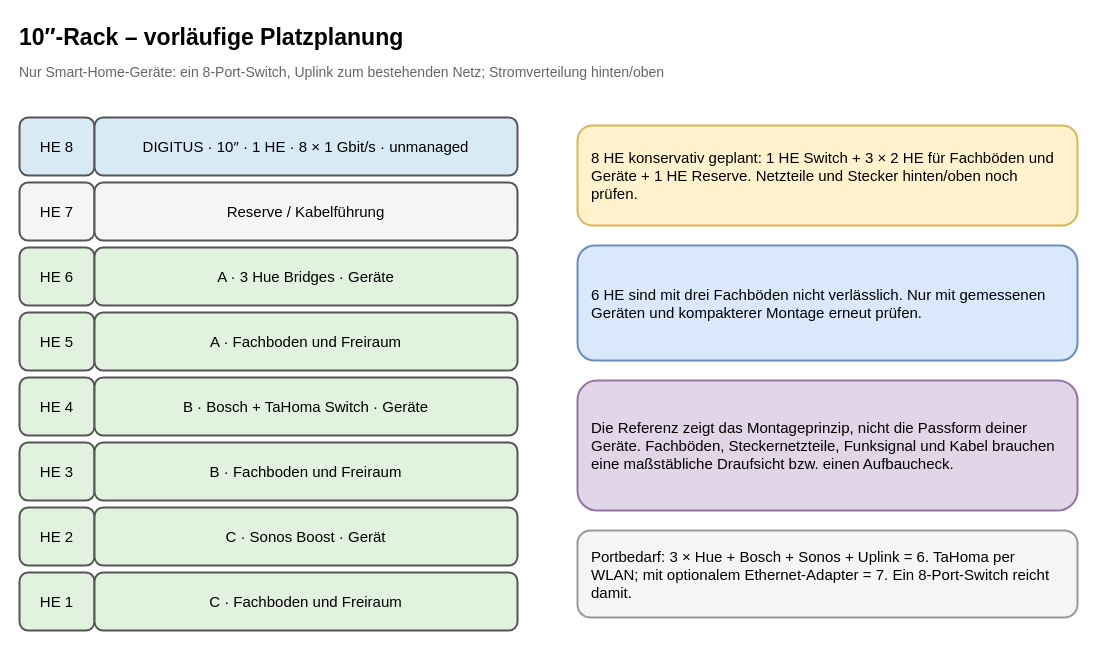
tiptronic/diagrams keeps this draw.io diagram as page "DeskPi 8 HE – Front" (1 of 4) of 10-zoll-rack-planung.drawio. Above is the earlier version. Source tidied: cells renumbered, new cells numbered last; positions are measured from the earlier drawing's top-left corner, leaving out a move shared by most shapes. Both pictures are drawn from the tidied source at 100%, with x=0, y=0 at pixel (17, 17).
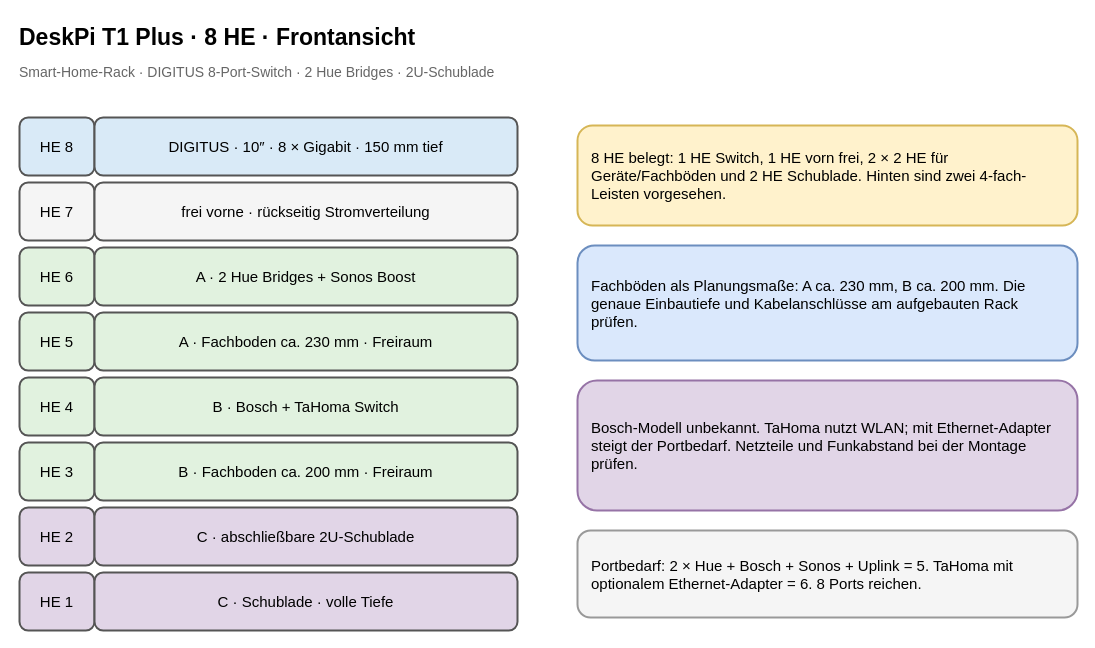
The same page after the edit.

Commit message (it also covers changes not shown here):
Update DeskPi rack plan with rear power layout

Diff of the diagram source:
```diff
@@
-    <mxCell id="2" value="10″-Rack – vorläufige Platzplanung" style="text;html=1;align=left;verticalAlign=middle;whiteSpace=wrap;rounded=0;strokeColor=none;fillColor=none;fontSize=15;fontSize=23;fontStyle=1;" parent="1" vertex="1">
+    <mxCell id="2" value="DeskPi T1 Plus · 8 HE · Frontansicht" style="text;html=1;align=left;verticalAlign=middle;whiteSpace=wrap;rounded=0;strokeColor=none;fillColor=none;fontSize=15;fontSize=23;fontStyle=1;" parent="1" vertex="1">
       <mxGeometry width="760" height="40" as="geometry" />
     </mxCell>
-    <mxCell id="3" value="Nur Smart-Home-Geräte: ein 8-Port-Switch, Uplink zum bestehenden Netz; Stromverteilung hinten/oben" style="text;html=1;align=left;verticalAlign=middle;whiteSpace=wrap;rounded=0;strokeColor=none;fillColor=none;fontSize=15;fontSize=14;fontColor=#666666;" parent="1" vertex="1">
+    <mxCell id="3" value="Smart-Home-Rack · DIGITUS 8-Port-Switch · 2 Hue Bridges · 2U-Schublade" style="text;html=1;align=left;verticalAlign=middle;whiteSpace=wrap;rounded=0;strokeColor=none;fillColor=none;fontSize=15;fontSize=14;fontColor=#666666;" parent="1" vertex="1">
       <mxGeometry y="40" width="1040" height="30" as="geometry" />
     </mxCell>
@@
-    <mxCell id="5" value="DIGITUS · 10″ · 1 HE · 8 × 1 Gbit/s · unmanaged" style="rounded=1;whiteSpace=wrap;html=1;align=center;verticalAlign=middle;strokeWidth=2;fontSize=15;fillColor=#d9eaf7;strokeColor=#555555;" parent="1" vertex="1">
+    <mxCell id="5" value="DIGITUS · 10″ · 8 × Gigabit · 150 mm tief" style="rounded=1;whiteSpace=wrap;html=1;align=center;verticalAlign=middle;strokeWidth=2;fontSize=15;fillColor=#d9eaf7;strokeColor=#555555;" parent="1" vertex="1">
       <mxGeometry x="77" y="100" width="423" height="58" as="geometry" />
     </mxCell>
@@
-    <mxCell id="7" value="Reserve / Kabelführung" style="rounded=1;whiteSpace=wrap;html=1;align=center;verticalAlign=middle;strokeWidth=2;fontSize=15;fillColor=#f5f5f5;strokeColor=#555555;" parent="1" vertex="1">
+    <mxCell id="7" value="frei vorne · rückseitig Stromverteilung" style="rounded=1;whiteSpace=wrap;html=1;align=center;verticalAlign=middle;strokeWidth=2;fontSize=15;fillColor=#f5f5f5;strokeColor=#555555;" parent="1" vertex="1">
       <mxGeometry x="77" y="165" width="423" height="58" as="geometry" />
     </mxCell>
@@
-    <mxCell id="9" value="A · 3 Hue Bridges · Geräte" style="rounded=1;whiteSpace=wrap;html=1;align=center;verticalAlign=middle;strokeWidth=2;fontSize=15;fillColor=#e1f2df;strokeColor=#555555;" parent="1" vertex="1">
+    <mxCell id="9" value="A · 2 Hue Bridges + Sonos Boost" style="rounded=1;whiteSpace=wrap;html=1;align=center;verticalAlign=middle;strokeWidth=2;fontSize=15;fillColor=#e1f2df;strokeColor=#555555;" parent="1" vertex="1">
       <mxGeometry x="77" y="230" width="423" height="58" as="geometry" />
     </mxCell>
@@
-    <mxCell id="11" value="A · Fachboden und Freiraum" style="rounded=1;whiteSpace=wrap;html=1;align=center;verticalAlign=middle;strokeWidth=2;fontSize=15;fillColor=#e1f2df;strokeColor=#555555;" parent="1" vertex="1">
+    <mxCell id="11" value="A · Fachboden ca. 230 mm · Freiraum" style="rounded=1;whiteSpace=wrap;html=1;align=center;verticalAlign=middle;strokeWidth=2;fontSize=15;fillColor=#e1f2df;strokeColor=#555555;" parent="1" vertex="1">
       <mxGeometry x="77" y="295" width="423" height="58" as="geometry" />
     </mxCell>
@@
-    <mxCell id="13" value="B · Bosch + TaHoma Switch · Geräte" style="rounded=1;whiteSpace=wrap;html=1;align=center;verticalAlign=middle;strokeWidth=2;fontSize=15;fillColor=#e1f2df;strokeColor=#555555;" parent="1" vertex="1">
+    <mxCell id="13" value="B · Bosch + TaHoma Switch" style="rounded=1;whiteSpace=wrap;html=1;align=center;verticalAlign=middle;strokeWidth=2;fontSize=15;fillColor=#e1f2df;strokeColor=#555555;" parent="1" vertex="1">
       <mxGeometry x="77" y="360" width="423" height="58" as="geometry" />
     </mxCell>
@@
-    <mxCell id="15" value="B · Fachboden und Freiraum" style="rounded=1;whiteSpace=wrap;html=1;align=center;verticalAlign=middle;strokeWidth=2;fontSize=15;fillColor=#e1f2df;strokeColor=#555555;" parent="1" vertex="1">
+    <mxCell id="15" value="B · Fachboden ca. 200 mm · Freiraum" style="rounded=1;whiteSpace=wrap;html=1;align=center;verticalAlign=middle;strokeWidth=2;fontSize=15;fillColor=#e1f2df;strokeColor=#555555;" parent="1" vertex="1">
       <mxGeometry x="77" y="425" width="423" height="58" as="geometry" />
     </mxCell>
-    <mxCell id="16" value="HE 2" style="rounded=1;whiteSpace=wrap;html=1;align=center;verticalAlign=middle;strokeWidth=2;fontSize=15;fillColor=#e1f2df;strokeColor=#555555;" parent="1" vertex="1">
+    <mxCell id="16" value="HE 2" style="rounded=1;whiteSpace=wrap;html=1;align=center;verticalAlign=middle;strokeWidth=2;fontSize=15;fillColor=#e1d5e7;strokeColor=#555555;" parent="1" vertex="1">
       <mxGeometry x="2" y="490" width="75" height="58" as="geometry" />
     </mxCell>
-    <mxCell id="17" value="C · Sonos Boost · Gerät" style="rounded=1;whiteSpace=wrap;html=1;align=center;verticalAlign=middle;strokeWidth=2;fontSize=15;fillColor=#e1f2df;strokeColor=#555555;" parent="1" vertex="1">
+    <mxCell id="17" value="C · abschließbare 2U-Schublade" style="rounded=1;whiteSpace=wrap;html=1;align=center;verticalAlign=middle;strokeWidth=2;fontSize=15;fillColor=#e1d5e7;strokeColor=#555555;" parent="1" vertex="1">
       <mxGeometry x="77" y="490" width="423" height="58" as="geometry" />
     </mxCell>
-    <mxCell id="18" value="HE 1" style="rounded=1;whiteSpace=wrap;html=1;align=center;verticalAlign=middle;strokeWidth=2;fontSize=15;fillColor=#e1f2df;strokeColor=#555555;" parent="1" vertex="1">
+    <mxCell id="18" value="HE 1" style="rounded=1;whiteSpace=wrap;html=1;align=center;verticalAlign=middle;strokeWidth=2;fontSize=15;fillColor=#e1d5e7;strokeColor=#555555;" parent="1" vertex="1">
       <mxGeometry x="2" y="555" width="75" height="58" as="geometry" />
     </mxCell>
-    <mxCell id="19" value="C · Fachboden und Freiraum" style="rounded=1;whiteSpace=wrap;html=1;align=center;verticalAlign=middle;strokeWidth=2;fontSize=15;fillColor=#e1f2df;strokeColor=#555555;" parent="1" vertex="1">
+    <mxCell id="19" value="C · Schublade · volle Tiefe" style="rounded=1;whiteSpace=wrap;html=1;align=center;verticalAlign=middle;strokeWidth=2;fontSize=15;fillColor=#e1d5e7;strokeColor=#555555;" parent="1" vertex="1">
       <mxGeometry x="77" y="555" width="423" height="58" as="geometry" />
     </mxCell>
-    <mxCell id="20" value="8 HE konservativ geplant: 1 HE Switch + 3 × 2 HE für Fachböden und Geräte + 1 HE Reserve. Netzteile und Stecker hinten/oben noch prüfen." style="rounded=1;whiteSpace=wrap;html=1;align=center;verticalAlign=middle;strokeWidth=2;fontSize=15;align=left;spacing=14;fillColor=#fff2cc;strokeColor=#d6b656;" parent="1" vertex="1">
+    <mxCell id="20" value="8 HE belegt: 1 HE Switch, 1 HE vorn frei, 2 × 2 HE für Geräte/Fachböden und 2 HE Schublade. Hinten sind zwei 4-fach-Leisten vorgesehen." style="rounded=1;whiteSpace=wrap;html=1;align=center;verticalAlign=middle;strokeWidth=2;fontSize=15;align=left;spacing=14;fillColor=#fff2cc;strokeColor=#d6b656;" parent="1" vertex="1">
       <mxGeometry x="560" y="108" width="500" height="100" as="geometry" />
     </mxCell>
-    <mxCell id="21" value="6 HE sind mit drei Fachböden nicht verlässlich. Nur mit gemessenen Geräten und kompakterer Montage erneut prüfen." style="rounded=1;whiteSpace=wrap;html=1;align=center;verticalAlign=middle;strokeWidth=2;fontSize=15;align=left;spacing=14;fillColor=#dae8fc;strokeColor=#6c8ebf;" parent="1" vertex="1">
+    <mxCell id="21" value="Fachböden als Planungsmaße: A ca. 230 mm, B ca. 200 mm. Die genaue Einbautiefe und Kabelanschlüsse am aufgebauten Rack prüfen." style="rounded=1;whiteSpace=wrap;html=1;align=center;verticalAlign=middle;strokeWidth=2;fontSize=15;align=left;spacing=14;fillColor=#dae8fc;strokeColor=#6c8ebf;" parent="1" vertex="1">
       <mxGeometry x="560" y="228" width="500" height="115" as="geometry" />
     </mxCell>
-    <mxCell id="22" value="Die Referenz zeigt das Montageprinzip, nicht die Passform deiner Geräte. Fachböden, Steckernetzteile, Funksignal und Kabel brauchen eine maßstäbliche Draufsicht bzw. einen Aufbaucheck." style="rounded=1;whiteSpace=wrap;html=1;align=center;verticalAlign=middle;strokeWidth=2;fontSize=15;align=left;spacing=14;fillColor=#e1d5e7;strokeColor=#9673a6;" parent="1" vertex="1">
+    <mxCell id="22" value="Bosch-Modell unbekannt. TaHoma nutzt WLAN; mit Ethernet-Adapter steigt der Portbedarf. Netzteile und Funkabstand bei der Montage prüfen." style="rounded=1;whiteSpace=wrap;html=1;align=center;verticalAlign=middle;strokeWidth=2;fontSize=15;align=left;spacing=14;fillColor=#e1d5e7;strokeColor=#9673a6;" parent="1" vertex="1">
       <mxGeometry x="560" y="363" width="500" height="130" as="geometry" />
     </mxCell>
-    <mxCell id="23" value="Portbedarf: 3 × Hue + Bosch + Sonos + Uplink = 6. TaHoma per WLAN; mit optionalem Ethernet-Adapter = 7. Ein 8-Port-Switch reicht damit." style="rounded=1;whiteSpace=wrap;html=1;align=center;verticalAlign=middle;strokeWidth=2;fontSize=15;align=left;spacing=14;fillColor=#f5f5f5;strokeColor=#999999;" parent="1" vertex="1">
+    <mxCell id="23" value="Portbedarf: 2 × Hue + Bosch + Sonos + Uplink = 5. TaHoma mit optionalem Ethernet-Adapter = 6. 8 Ports reichen." style="rounded=1;whiteSpace=wrap;html=1;align=center;verticalAlign=middle;strokeWidth=2;fontSize=15;align=left;spacing=14;fillColor=#f5f5f5;strokeColor=#999999;" parent="1" vertex="1">
       <mxGeometry x="560" y="513" width="500" height="87" as="geometry" />
     </mxCell>
```
